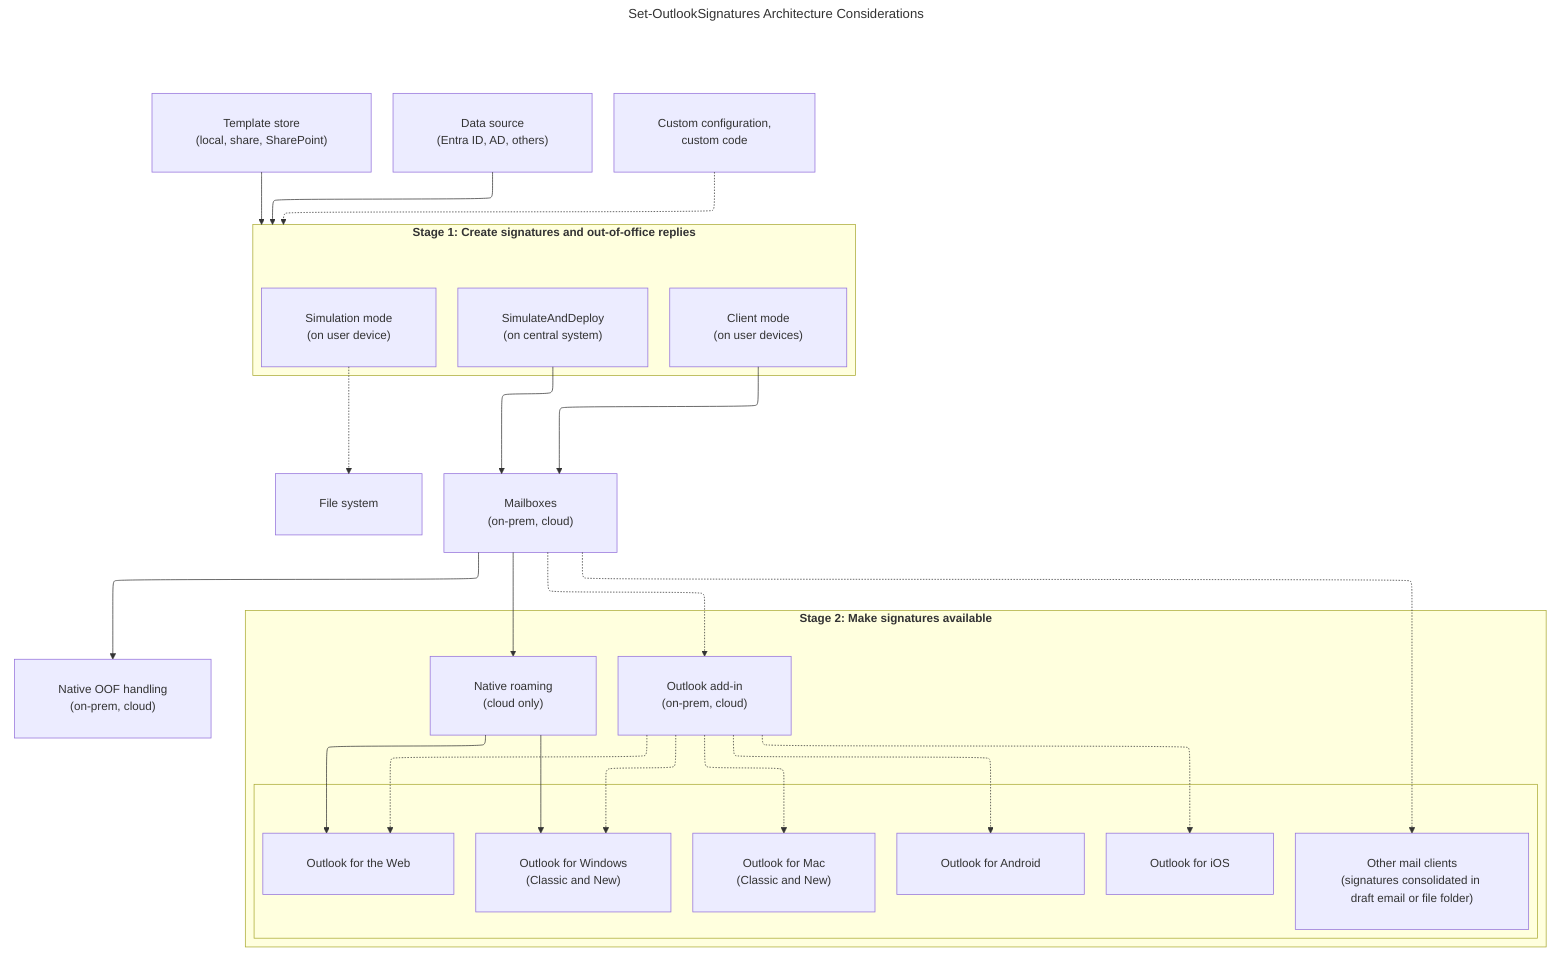
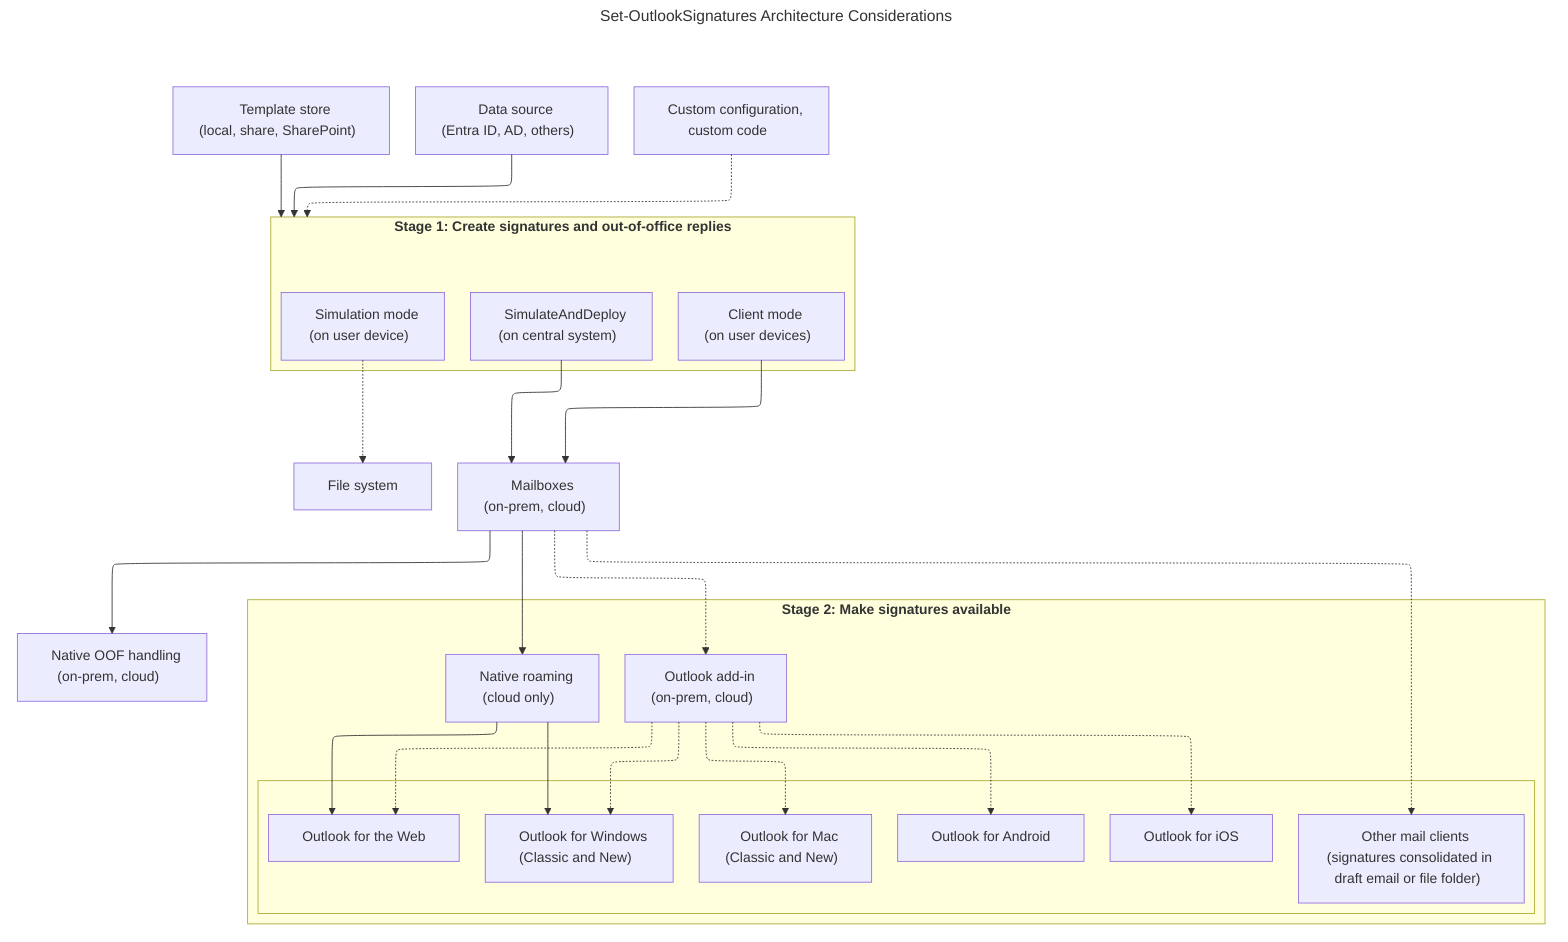
---
title: Set-OutlookSignatures Architecture Considerations
config:
  layout: elk
-   flowchart:
-     padding: 30
---
flowchart TB
    classDef invisible fill:none,stroke:none;

    %% --- INPUTS STAGE ---
-     subgraph inputs [" "]
+     subgraph inputs ["&nbsp;&nbsp;&nbsp;&nbsp;"]
        direction TB
-         templatestore["Template store<br/>(local, share, SharePoint)"]
-         datasource["Data source<br/>(Entra ID, AD, others)"]
-         config["Custom configuration,<br/>custom code"]
+         templatestore["&nbsp;&nbsp;Template store<br/>(local, share, SharePoint)&nbsp;&nbsp;"]
+         datasource["&nbsp;&nbsp;Data source<br/>(Entra ID, AD, others)&nbsp;&nbsp;"]
+         config["&nbsp;&nbsp;Custom configuration,<br/>custom code&nbsp;&nbsp;"]
    end

    %% --- GENERATION STAGE ---
-     subgraph gen ["<b>Stage 1: Create signatures and out-of-office replies</b>"]
+     subgraph gen ["&nbsp;&nbsp;<b>Stage 1: Create signatures and out-of-office replies</b>&nbsp;&nbsp;"]
        direction TB
-         clientmode["Client mode<br>(on user devices)"]
-         simulateanddeploy["SimulateAndDeploy<br>(on central system)"]
-         simulate["Simulation mode<br>(on user device)"]
+         clientmode["&nbsp;&nbsp;Client mode<br>(on user devices)&nbsp;&nbsp;"]
+         simulateanddeploy["&nbsp;&nbsp;SimulateAndDeploy<br>(on central system)&nbsp;&nbsp;"]
+         simulate["&nbsp;&nbsp;Simulation mode<br>(on user device)&nbsp;&nbsp;"]
    end

    %% --- MIDDLEWARE / STORAGE ---
-     subgraph mid [" "]
+     subgraph mid ["&nbsp;&nbsp;&nbsp;&nbsp;"]
        direction TB
-         mailbox["Mailboxes<br>(on-prem, cloud)"]
-         filesystem["File system"]
+         mailbox["&nbsp;&nbsp;Mailboxes<br>(on-prem, cloud)&nbsp;&nbsp;"]
+         filesystem["&nbsp;&nbsp;File system&nbsp;&nbsp;"]
    end

    %% --- AVAILABILITY STAGE ---
-     subgraph avail ["<b>Stage 2: Make signatures available</b>"]
+     subgraph avail ["&nbsp;&nbsp;<b>Stage 2: Make signatures available</b>&nbsp;&nbsp;"]
        direction TB
-         roam["Native roaming<br>(cloud only)"]
-         addin["Outlook add-in<br>(on-prem, cloud)"]
+         roam["&nbsp;&nbsp;Native roaming<br>(cloud only)&nbsp;&nbsp;"]
+         addin["&nbsp;&nbsp;Outlook add-in<br>(on-prem, cloud)&nbsp;&nbsp;"]

-         subgraph outlookeditions [" "]
+         subgraph outlookeditions ["&nbsp;&nbsp;&nbsp;&nbsp;"]
            direction TB
-             WinOutlook["Outlook for Windows<br>(Classic and New)"]
-             WebOutlook["Outlook for the Web"]
-             Mac["Outlook for Mac<br>(Classic and New)"]
-             iOS["Outlook for iOS"]
-             Android["Outlook for Android"]
-             NonOutlook["Other mail clients<br>(signatures consolidated in draft email or file folder)"]
+             WinOutlook["&nbsp;&nbsp;Outlook for Windows<br>(Classic and New)&nbsp;&nbsp;"]
+             WebOutlook["&nbsp;&nbsp;Outlook for the Web&nbsp;&nbsp;"]
+             Mac["&nbsp;&nbsp;Outlook for Mac<br>(Classic and New)&nbsp;&nbsp;"]
+             iOS["&nbsp;&nbsp;Outlook for iOS&nbsp;&nbsp;"]
+             Android["&nbsp;&nbsp;Outlook for Android&nbsp;&nbsp;"]
+             NonOutlook["&nbsp;&nbsp;Other mail clients<br>(signatures consolidated in draft email or file folder)&nbsp;&nbsp;"]
        end
    end

    %% --- OUT OF OFFICE HANDLING ---
-     subgraph oofbox [" "]
+     subgraph oofbox ["&nbsp;&nbsp;&nbsp;&nbsp;"]
        direction TB
-         oof["Native OOF handling<br>(on-prem, cloud)"]
+         oof["&nbsp;&nbsp;Native OOF handling<br>(on-prem, cloud)&nbsp;&nbsp;"]
    end

    %% --- RELATIONSHIPS & FLOWS ---
    templatestore --> gen
    datasource --> gen
    config -.-> gen

    clientmode --> mailbox
    simulateanddeploy --> mailbox
    simulate -.-> filesystem

    mailbox --> roam
    mailbox --> oof
    mailbox -.-> addin
    mailbox -.-> NonOutlook

    roam --> WinOutlook
    roam --> WebOutlook

    addin -.-> WinOutlook
    addin -.-> WebOutlook
    addin -.-> Mac
    addin -.-> iOS
    addin -.-> Android

    %% --- CLASS ASSIGNMENTS ---
    class oofbox invisible;
    class inputs invisible;
    class mid invisible;